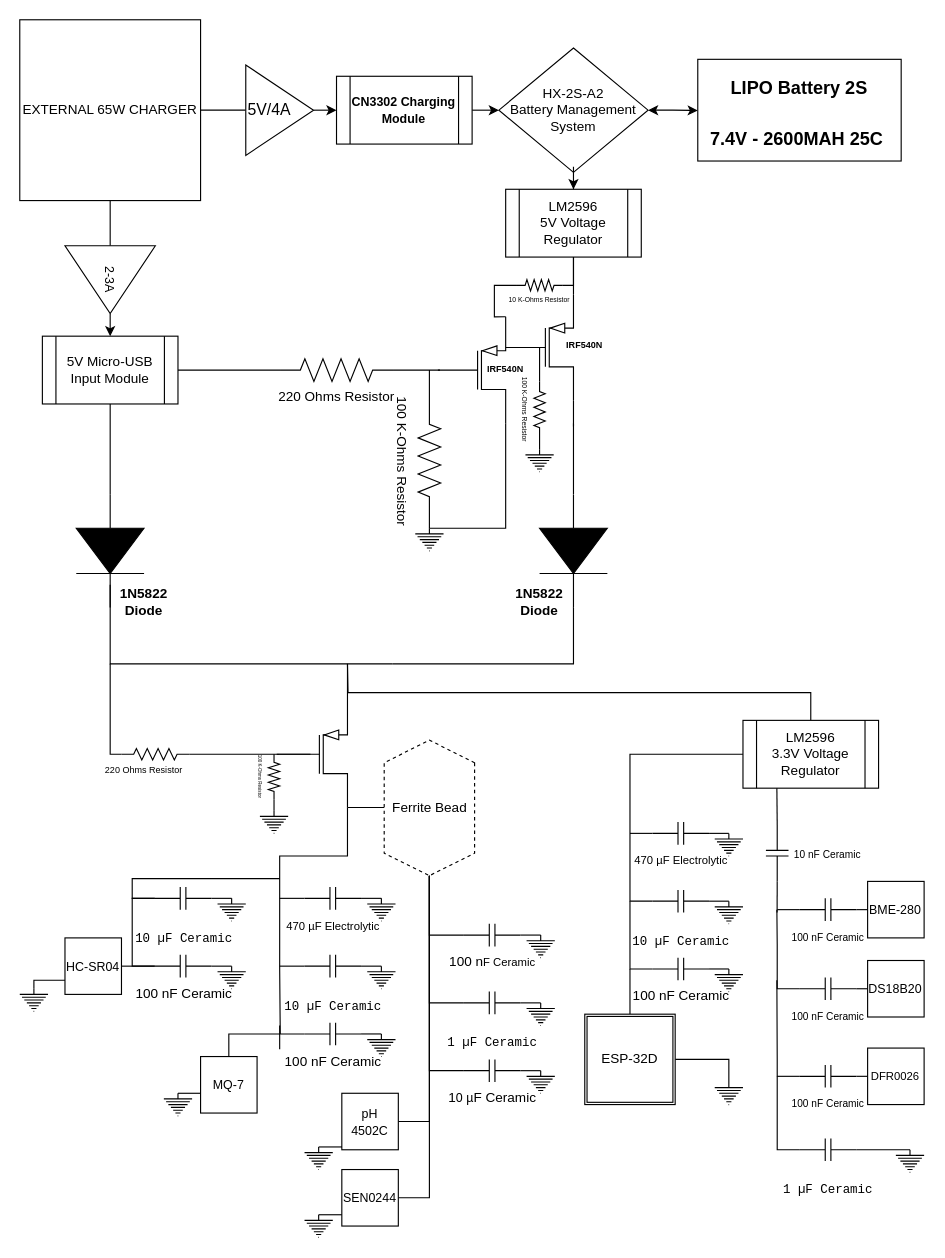
Above: Documentation/Electrical System Diagram.drawio in Zer0-Dayy/Hydroponics-Monitoring-System (draw.io), before the change. Source tidied: cells renumbered, new cells numbered last; positions are measured from the earlier drawing's top-left corner, leaving out a move shared by most shapes. Both pictures are drawn from the tidied source at 113%, with x=0, y=0 at pixel (19, 19).
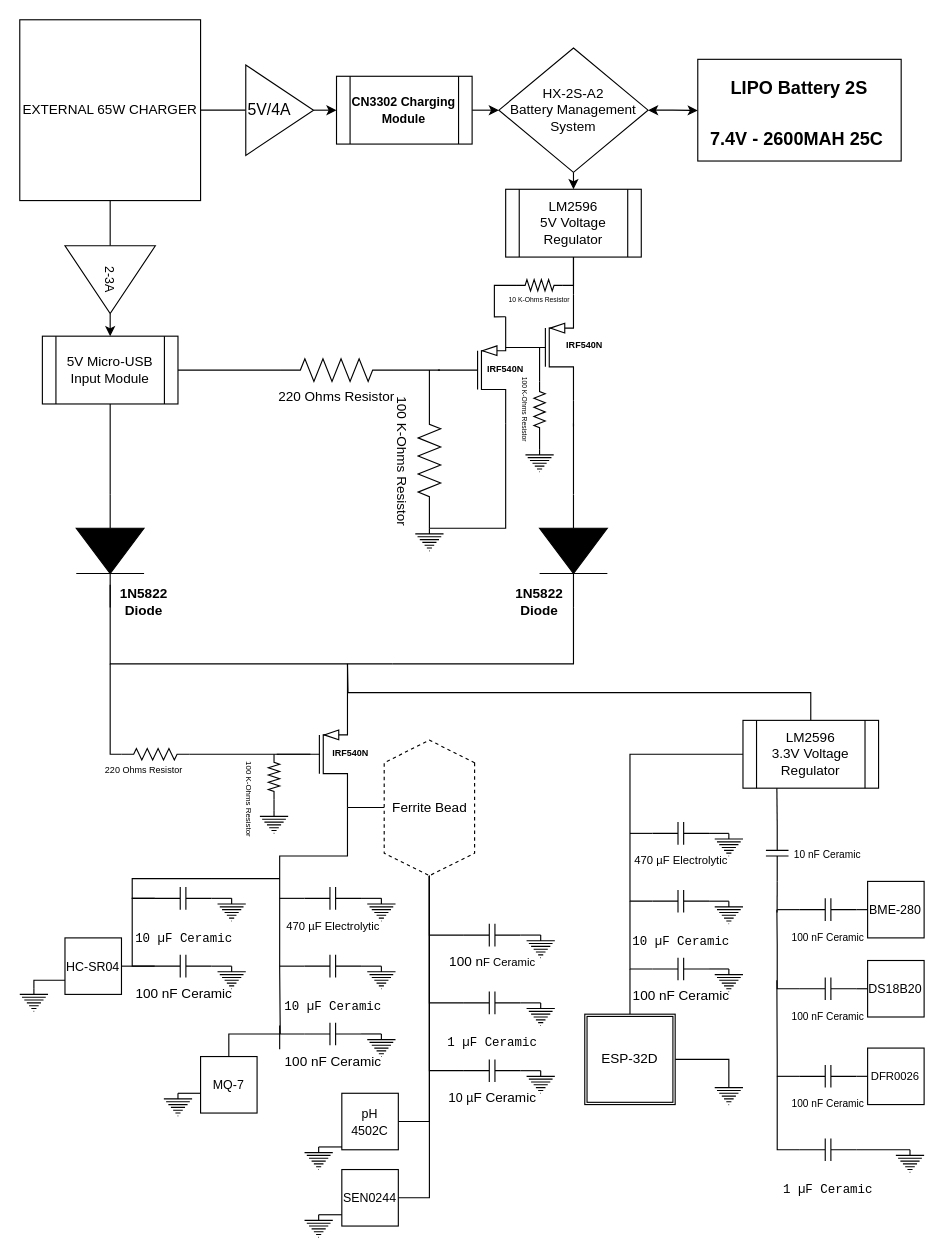
The same diagram, later.

Commit message (it also covers changes not shown here):
Minor fixes in the 'Electrical System Diagram' Files.

The change refers to these unchanged cells:
```xml
<mxCell id="14" value="HX-2S-A2&lt;br&gt;Battery Management System" style="rhombus;whiteSpace=wrap;html=1;shapeInside=1;" parent="1" vertex="1">
  <mxGeometry x="424" y="25" width="132" height="110" as="geometry" />
</mxCell>
<mxCell id="18" value="&lt;div&gt;LM2596&lt;/div&gt;5V Voltage Regulator" style="shape=process;whiteSpace=wrap;html=1;backgroundOutline=1;" parent="1" vertex="1">
  <mxGeometry x="430" y="150" width="120" height="60" as="geometry" />
</mxCell>
```

The edit, as a diff of the source:
```diff
@@
+    <mxCell id="17" style="edgeStyle=orthogonalEdgeStyle;rounded=0;jettySize=auto;html=1;exitX=0.5;exitY=1;exitDx=0;exitDy=0;entryX=0.5;entryY=0;entryDx=0;entryDy=0;" parent="1" edge="1" source="14" target="18">
+      <mxGeometry relative="1" as="geometry" />
+    </mxCell>
@@
-    <mxCell id="17" style="edgeStyle=orthogonalEdgeStyle;rounded=0;jettySize=auto;html=1;exitX=0.5;exitY=1;exitDx=0;exitDy=0;" parent="1" edge="1" source="14" target="18">
-      <mxGeometry relative="1" as="geometry" />
-    </mxCell>
@@
-    <mxCell id="105" value="&lt;span style=&quot;white-space: nowrap;&quot;&gt;&lt;font style=&quot;font-size: 4px;&quot;&gt;100 K-Ohms Resistor&lt;/font&gt;&lt;/span&gt;" style="text;html=1;whiteSpace=wrap;strokeColor=none;fillColor=none;align=center;verticalAlign=middle;rounded=0;rotation=90;" parent="1" vertex="1">
-      <mxGeometry x="185" y="655" width="60" height="30" as="geometry" />
+    <mxCell id="105" value="&lt;span style=&quot;white-space: nowrap;&quot;&gt;&lt;font style=&quot;font-size: 7px;&quot;&gt;100 K-Ohms Resistor&lt;/font&gt;&lt;/span&gt;" style="text;html=1;whiteSpace=wrap;strokeColor=none;fillColor=none;align=center;verticalAlign=middle;rounded=0;rotation=90;" parent="1" vertex="1">
+      <mxGeometry x="175" y="675" width="60" height="30" as="geometry" />
     </mxCell>
@@
+    <mxCell id="150" value="&lt;div style=&quot;line-height: 30%;&quot;&gt;&lt;h1 class=&quot;h1 namne_details&quot; style=&quot;line-height: 30%;&quot;&gt;&lt;font style=&quot;line-height: 30%; font-size: 8px;&quot;&gt;IRF540N&lt;/font&gt;&lt;/h1&gt;&lt;/div&gt;" style="text;html=1;whiteSpace=wrap;strokeColor=none;fillColor=none;align=center;verticalAlign=middle;rounded=0;" parent="1" vertex="1">
+      <mxGeometry x="262.5" y="630" width="60" height="30" as="geometry" />
+    </mxCell>
```
